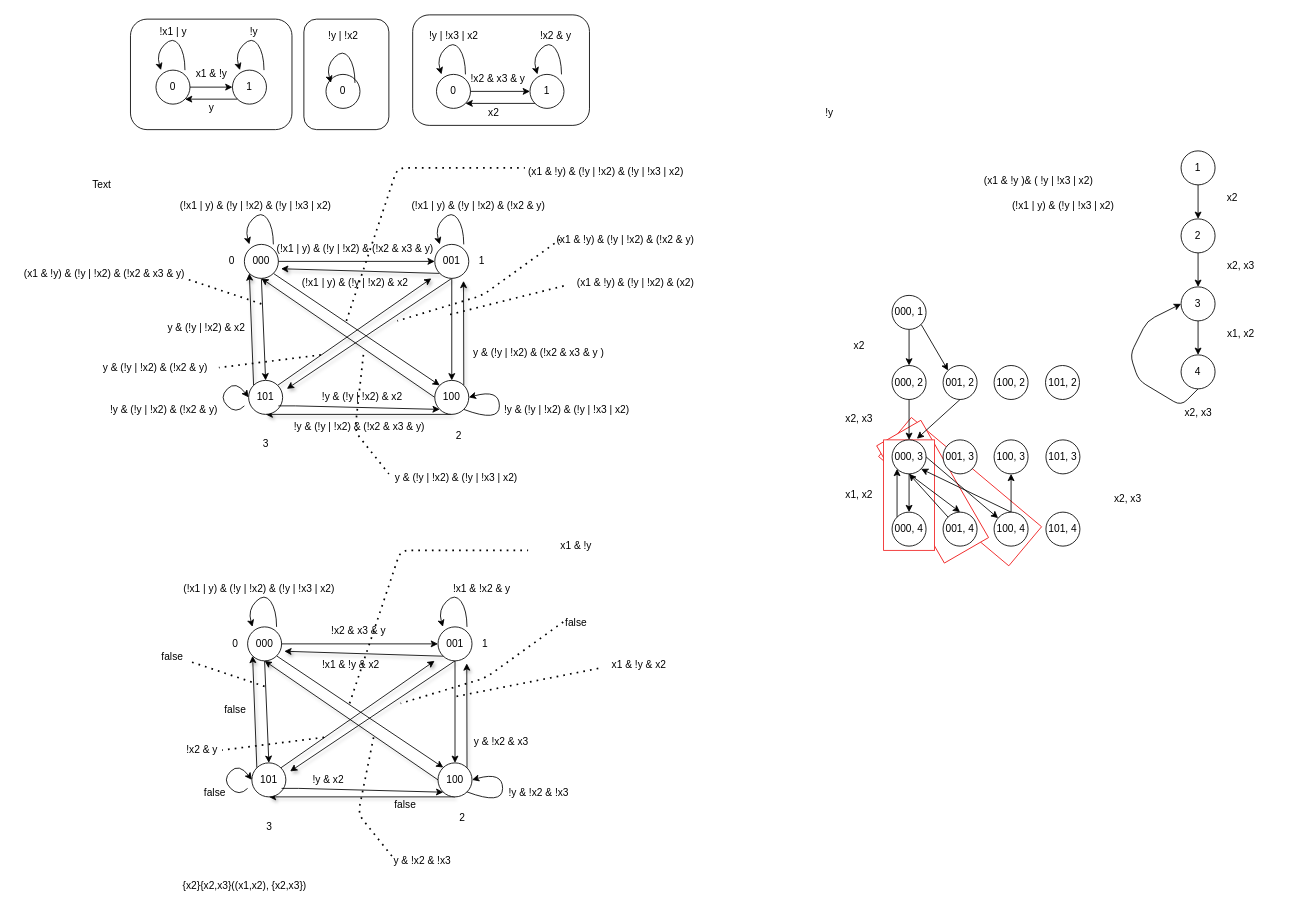
This is memo.dio from showayamada/Finding-Flaws-In-Specifications, a draw.io file, before an edit. Source tidied: cells renumbered, new cells numbered last; positions are measured from the earlier drawing's top-left corner, leaving out a move shared by most shapes. Both pictures are drawn from the tidied source at 85%, with x=0, y=0 at pixel (14, 14).
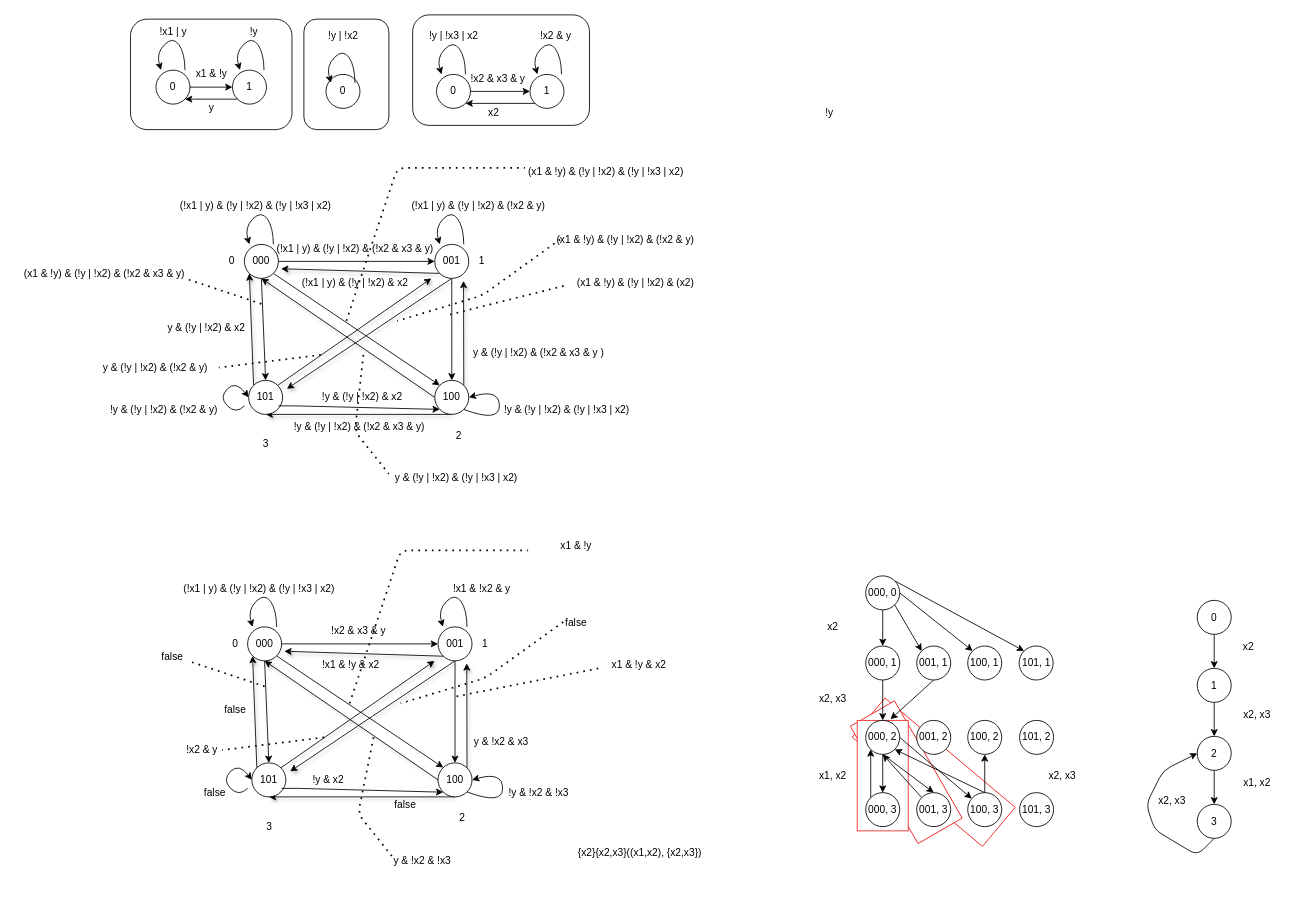
The same page after the edit.

Commit message (it also covers changes not shown here):
wip:DCGの条件なしver

Diff of the diagram source:
```diff
@@
     <mxCell id="2" style="rounded=0;whiteSpace=wrap;html=1;strokeColor=#F02222;rotation=-50;" parent="1" vertex="1">
-      <mxGeometry x="1082" y="460.9" width="60" height="200" as="geometry" />
+      <mxGeometry x="1051" y="791" width="60" height="200" as="geometry" />
     </mxCell>
     <mxCell id="3" style="rounded=0;whiteSpace=wrap;html=1;strokeColor=#F02222;rotation=-30;" parent="1" vertex="1">
-      <mxGeometry x="1049.7" y="481.3" width="60" height="159.3" as="geometry" />
+      <mxGeometry x="1018.7" y="811.3" width="60" height="159.3" as="geometry" />
     </mxCell>
     <mxCell id="4" style="rounded=0;whiteSpace=wrap;html=1;strokeColor=#F02222;" parent="1" vertex="1">
-      <mxGeometry x="1022" y="500" width="60" height="130" as="geometry" />
+      <mxGeometry x="991" y="830" width="60" height="130" as="geometry" />
     </mxCell>
@@
-    <mxCell id="54" value="000, 2" style="ellipse;whiteSpace=wrap;html=1;" parent="1" vertex="1">
-      <mxGeometry x="1032" y="412.5" width="40" height="40" as="geometry" />
+    <mxCell id="54" value="000, 1" style="ellipse;whiteSpace=wrap;html=1;" parent="1" vertex="1">
+      <mxGeometry x="1001" y="742.5" width="40" height="40" as="geometry" />
     </mxCell>
-    <mxCell id="55" value="(!x1 | y) &amp;amp; (!y | !x3 | x2)" style="text;html=1;align=center;verticalAlign=middle;strokeColor=none;fillColor=none;" parent="1" vertex="1">
-      <mxGeometry x="1163" y="210" width="140" height="30" as="geometry" />
-    </mxCell>
@@
     <mxCell id="57" value="x2" style="text;html=1;align=center;verticalAlign=middle;strokeColor=none;fillColor=none;" parent="1" vertex="1">
-      <mxGeometry x="973" y="375" width="40" height="30" as="geometry" />
+      <mxGeometry x="942" y="705" width="40" height="30" as="geometry" />
     </mxCell>
     <mxCell id="58" value="x2, x3" style="text;html=1;align=center;verticalAlign=middle;strokeColor=none;fillColor=none;" parent="1" vertex="1">
-      <mxGeometry x="963" y="460" width="60" height="30" as="geometry" />
+      <mxGeometry x="932" y="790" width="60" height="30" as="geometry" />
     </mxCell>
@@
+    <mxCell id="158" style="edgeStyle=none;html=1;exitX=0.5;exitY=1;exitDx=0;exitDy=0;entryX=0.5;entryY=0;entryDx=0;entryDy=0;" parent="1" edge="1" source="159" target="161">
+      <mxGeometry relative="1" as="geometry" />
+    </mxCell>
+    <mxCell id="159" value="0" style="ellipse;whiteSpace=wrap;html=1;" parent="1" vertex="1">
+      <mxGeometry x="1391" y="688.8" width="40" height="40" as="geometry" />
+    </mxCell>
@@
+    <mxCell id="160" style="edgeStyle=none;html=1;exitX=0.5;exitY=1;exitDx=0;exitDy=0;entryX=0.5;entryY=0;entryDx=0;entryDy=0;" parent="1" edge="1" source="161" target="163">
+      <mxGeometry relative="1" as="geometry" />
+    </mxCell>
+    <mxCell id="161" value="1" style="ellipse;whiteSpace=wrap;html=1;" parent="1" vertex="1">
+      <mxGeometry x="1391" y="768.8" width="40" height="40" as="geometry" />
+    </mxCell>
@@
+    <mxCell id="162" style="edgeStyle=none;html=1;exitX=0.5;exitY=1;exitDx=0;exitDy=0;entryX=0.5;entryY=0;entryDx=0;entryDy=0;" parent="1" edge="1" source="163" target="165">
+      <mxGeometry relative="1" as="geometry" />
+    </mxCell>
+    <mxCell id="163" value="2" style="ellipse;whiteSpace=wrap;html=1;" parent="1" vertex="1">
+      <mxGeometry x="1391" y="848.8" width="40" height="40" as="geometry" />
+    </mxCell>
@@
-    <mxCell id="63" value="(x1 &amp;amp; !y )&amp;amp; ( !y | !x3 | x2)" style="text;html=1;align=center;verticalAlign=middle;strokeColor=none;fillColor=none;" parent="1" vertex="1">
-      <mxGeometry x="1129" y="180" width="150" height="30" as="geometry" />
-    </mxCell>
+    <mxCell id="164" style="edgeStyle=none;html=1;exitX=0.5;exitY=1;exitDx=0;exitDy=0;entryX=0;entryY=0.5;entryDx=0;entryDy=0;" parent="1" edge="1" source="165" target="163">
+      <mxGeometry relative="1" as="geometry">
+        <Array as="points">
+          <mxPoint x="1391" y="988.8" />
+          <mxPoint x="1341" y="958.8" />
+          <mxPoint x="1331" y="928.8" />
+          <mxPoint x="1351" y="888.8" />
+        </Array>
+      </mxGeometry>
+    </mxCell>
+    <mxCell id="165" value="3" style="ellipse;whiteSpace=wrap;html=1;" parent="1" vertex="1">
+      <mxGeometry x="1391" y="928.8" width="40" height="40" as="geometry" />
+    </mxCell>
+    <mxCell id="166" value="x2" style="text;html=1;align=center;verticalAlign=middle;strokeColor=none;fillColor=none;" parent="1" vertex="1">
+      <mxGeometry x="1431" y="728.8" width="40" height="30" as="geometry" />
+    </mxCell>
@@
+    <mxCell id="167" value="x2, x3" style="text;html=1;align=center;verticalAlign=middle;strokeColor=none;fillColor=none;" parent="1" vertex="1">
+      <mxGeometry x="1431" y="808.8" width="60" height="30" as="geometry" />
+    </mxCell>
@@
+    <mxCell id="168" value="x1, x2" style="text;html=1;align=center;verticalAlign=middle;strokeColor=none;fillColor=none;" parent="1" vertex="1">
+      <mxGeometry x="1431" y="888.8" width="60" height="30" as="geometry" />
+    </mxCell>
@@
+    <mxCell id="169" value="x2, x3" style="text;html=1;align=center;verticalAlign=middle;strokeColor=none;fillColor=none;" parent="1" vertex="1">
+      <mxGeometry x="1331" y="910" width="60" height="30" as="geometry" />
+    </mxCell>
@@
     <mxCell id="132" value="{x2}{x2,x3}((x1,x2), {x2,x3})" style="text;html=1;align=center;verticalAlign=middle;strokeColor=none;fillColor=none;" parent="1" vertex="1">
-      <mxGeometry x="185" y="1010" width="170" height="30" as="geometry" />
+      <mxGeometry x="650" y="970.6" width="170" height="30" as="geometry" />
     </mxCell>
@@
+    <mxCell id="170" style="edgeStyle=none;html=1;exitX=1;exitY=0.5;exitDx=0;exitDy=0;entryX=0;entryY=0;entryDx=0;entryDy=0;" parent="1" edge="1" source="135" target="138">
+      <mxGeometry relative="1" as="geometry" />
+    </mxCell>
+    <mxCell id="171" style="edgeStyle=none;html=1;exitX=1;exitY=0;exitDx=0;exitDy=0;entryX=0;entryY=0;entryDx=0;entryDy=0;" parent="1" edge="1" source="135" target="139">
+      <mxGeometry relative="1" as="geometry" />
+    </mxCell>
-    <mxCell id="135" value="000, 1" style="ellipse;whiteSpace=wrap;html=1;" parent="1" vertex="1">
-      <mxGeometry x="1032" y="330" width="40" height="40" as="geometry" />
+    <mxCell id="135" value="000, 0" style="ellipse;whiteSpace=wrap;html=1;" parent="1" vertex="1">
+      <mxGeometry x="1001" y="660" width="40" height="40" as="geometry" />
     </mxCell>
@@
-    <mxCell id="137" value="001, 2" style="ellipse;whiteSpace=wrap;html=1;" parent="1" vertex="1">
-      <mxGeometry x="1092" y="412.5" width="40" height="40" as="geometry" />
+    <mxCell id="137" value="001, 1" style="ellipse;whiteSpace=wrap;html=1;" parent="1" vertex="1">
+      <mxGeometry x="1061" y="742.5" width="40" height="40" as="geometry" />
     </mxCell>
-    <mxCell id="138" value="100, 2" style="ellipse;whiteSpace=wrap;html=1;" parent="1" vertex="1">
-      <mxGeometry x="1152" y="412.5" width="40" height="40" as="geometry" />
+    <mxCell id="138" value="100, 1" style="ellipse;whiteSpace=wrap;html=1;" parent="1" vertex="1">
+      <mxGeometry x="1121" y="742.5" width="40" height="40" as="geometry" />
     </mxCell>
-    <mxCell id="139" value="101, 2" style="ellipse;whiteSpace=wrap;html=1;" parent="1" vertex="1">
-      <mxGeometry x="1212.5" y="412.5" width="40" height="40" as="geometry" />
+    <mxCell id="139" value="101, 1" style="ellipse;whiteSpace=wrap;html=1;" parent="1" vertex="1">
+      <mxGeometry x="1181.5" y="742.5" width="40" height="40" as="geometry" />
     </mxCell>
@@
-    <mxCell id="143" value="000, 3" style="ellipse;whiteSpace=wrap;html=1;" parent="1" vertex="1">
-      <mxGeometry x="1032" y="500" width="40" height="40" as="geometry" />
+    <mxCell id="143" value="000, 2" style="ellipse;whiteSpace=wrap;html=1;" parent="1" vertex="1">
+      <mxGeometry x="1001" y="830" width="40" height="40" as="geometry" />
     </mxCell>
-    <mxCell id="144" value="001, 3" style="ellipse;whiteSpace=wrap;html=1;" parent="1" vertex="1">
-      <mxGeometry x="1092" y="500" width="40" height="40" as="geometry" />
+    <mxCell id="144" value="001, 2" style="ellipse;whiteSpace=wrap;html=1;" parent="1" vertex="1">
+      <mxGeometry x="1061" y="830" width="40" height="40" as="geometry" />
     </mxCell>
-    <mxCell id="145" value="100, 3" style="ellipse;whiteSpace=wrap;html=1;" parent="1" vertex="1">
-      <mxGeometry x="1152" y="500" width="40" height="40" as="geometry" />
+    <mxCell id="145" value="100, 2" style="ellipse;whiteSpace=wrap;html=1;" parent="1" vertex="1">
+      <mxGeometry x="1121" y="830" width="40" height="40" as="geometry" />
     </mxCell>
-    <mxCell id="146" value="101, 3" style="ellipse;whiteSpace=wrap;html=1;" parent="1" vertex="1">
-      <mxGeometry x="1213" y="500" width="40" height="40" as="geometry" />
+    <mxCell id="146" value="101, 2" style="ellipse;whiteSpace=wrap;html=1;" parent="1" vertex="1">
+      <mxGeometry x="1182" y="830" width="40" height="40" as="geometry" />
     </mxCell>
     <mxCell id="147" value="x1, x2" style="text;html=1;align=center;verticalAlign=middle;strokeColor=none;fillColor=none;" parent="1" vertex="1">
-      <mxGeometry x="963" y="550" width="60" height="30" as="geometry" />
+      <mxGeometry x="932" y="880" width="60" height="30" as="geometry" />
     </mxCell>
@@
-    <mxCell id="149" value="000, 4" style="ellipse;whiteSpace=wrap;html=1;" parent="1" vertex="1">
-      <mxGeometry x="1032" y="585" width="40" height="40" as="geometry" />
+    <mxCell id="149" value="000, 3" style="ellipse;whiteSpace=wrap;html=1;" parent="1" vertex="1">
+      <mxGeometry x="1001" y="915" width="40" height="40" as="geometry" />
     </mxCell>
     <mxCell id="150" style="edgeStyle=none;html=1;exitX=0;exitY=0;exitDx=0;exitDy=0;" parent="1" edge="1" source="151">
       <mxGeometry relative="1" as="geometry">
-        <mxPoint x="1052" y="540" as="targetPoint" />
+        <mxPoint x="1021" y="870" as="targetPoint" />
       </mxGeometry>
     </mxCell>
-    <mxCell id="151" value="001, 4" style="ellipse;whiteSpace=wrap;html=1;" parent="1" vertex="1">
-      <mxGeometry x="1092" y="585" width="40" height="40" as="geometry" />
+    <mxCell id="151" value="001, 3" style="ellipse;whiteSpace=wrap;html=1;" parent="1" vertex="1">
+      <mxGeometry x="1061" y="915" width="40" height="40" as="geometry" />
     </mxCell>
@@
-    <mxCell id="154" value="100, 4" style="ellipse;whiteSpace=wrap;html=1;" parent="1" vertex="1">
-      <mxGeometry x="1152" y="585" width="40" height="40" as="geometry" />
+    <mxCell id="154" value="100, 3" style="ellipse;whiteSpace=wrap;html=1;" parent="1" vertex="1">
+      <mxGeometry x="1121" y="915" width="40" height="40" as="geometry" />
     </mxCell>
-    <mxCell id="155" value="101, 4" style="ellipse;whiteSpace=wrap;html=1;" parent="1" vertex="1">
-      <mxGeometry x="1213" y="585" width="40" height="40" as="geometry" />
+    <mxCell id="155" value="101, 3" style="ellipse;whiteSpace=wrap;html=1;" parent="1" vertex="1">
+      <mxGeometry x="1182" y="915" width="40" height="40" as="geometry" />
     </mxCell>
     <mxCell id="156" value="x2, x3" style="text;html=1;align=center;verticalAlign=middle;strokeColor=none;fillColor=none;" parent="1" vertex="1">
-      <mxGeometry x="1279" y="555" width="60" height="30" as="geometry" />
+      <mxGeometry x="1202" y="880" width="60" height="30" as="geometry" />
     </mxCell>
-    <mxCell id="157" value="Text" style="text;html=1;align=center;verticalAlign=middle;strokeColor=none;fillColor=none;" parent="1" vertex="1">
-      <mxGeometry x="77" y="185" width="50" height="30" as="geometry" />
-    </mxCell>
-    <mxCell id="158" style="edgeStyle=none;html=1;exitX=0.5;exitY=1;exitDx=0;exitDy=0;entryX=0.5;entryY=0;entryDx=0;entryDy=0;" parent="1" edge="1" source="159" target="161">
-      <mxGeometry relative="1" as="geometry" />
-    </mxCell>
-    <mxCell id="159" value="1" style="ellipse;whiteSpace=wrap;html=1;" parent="1" vertex="1">
-      <mxGeometry x="1372" y="160" width="40" height="40" as="geometry" />
-    </mxCell>
-    <mxCell id="160" style="edgeStyle=none;html=1;exitX=0.5;exitY=1;exitDx=0;exitDy=0;entryX=0.5;entryY=0;entryDx=0;entryDy=0;" parent="1" edge="1" source="161" target="163">
-      <mxGeometry relative="1" as="geometry" />
-    </mxCell>
-    <mxCell id="161" value="2" style="ellipse;whiteSpace=wrap;html=1;" parent="1" vertex="1">
-      <mxGeometry x="1372" y="240" width="40" height="40" as="geometry" />
-    </mxCell>
-    <mxCell id="162" style="edgeStyle=none;html=1;exitX=0.5;exitY=1;exitDx=0;exitDy=0;entryX=0.5;entryY=0;entryDx=0;entryDy=0;" parent="1" edge="1" source="163" target="165">
-      <mxGeometry relative="1" as="geometry" />
-    </mxCell>
-    <mxCell id="163" value="3" style="ellipse;whiteSpace=wrap;html=1;" parent="1" vertex="1">
-      <mxGeometry x="1372" y="320" width="40" height="40" as="geometry" />
-    </mxCell>
-    <mxCell id="164" style="edgeStyle=none;html=1;exitX=0.5;exitY=1;exitDx=0;exitDy=0;entryX=0;entryY=0.5;entryDx=0;entryDy=0;" parent="1" edge="1" source="165" target="163">
-      <mxGeometry relative="1" as="geometry">
-        <Array as="points">
-          <mxPoint x="1372" y="460" />
-          <mxPoint x="1322" y="430" />
-          <mxPoint x="1312" y="400" />
-          <mxPoint x="1332" y="360" />
-        </Array>
-      </mxGeometry>
-    </mxCell>
-    <mxCell id="165" value="4" style="ellipse;whiteSpace=wrap;html=1;" parent="1" vertex="1">
-      <mxGeometry x="1372" y="400" width="40" height="40" as="geometry" />
-    </mxCell>
-    <mxCell id="166" value="x2" style="text;html=1;align=center;verticalAlign=middle;strokeColor=none;fillColor=none;" parent="1" vertex="1">
-      <mxGeometry x="1412" y="200" width="40" height="30" as="geometry" />
-    </mxCell>
-    <mxCell id="167" value="x2, x3" style="text;html=1;align=center;verticalAlign=middle;strokeColor=none;fillColor=none;" parent="1" vertex="1">
-      <mxGeometry x="1412" y="280" width="60" height="30" as="geometry" />
-    </mxCell>
-    <mxCell id="168" value="x1, x2" style="text;html=1;align=center;verticalAlign=middle;strokeColor=none;fillColor=none;" parent="1" vertex="1">
-      <mxGeometry x="1412" y="360" width="60" height="30" as="geometry" />
-    </mxCell>
-    <mxCell id="169" value="x2, x3" style="text;html=1;align=center;verticalAlign=middle;strokeColor=none;fillColor=none;" parent="1" vertex="1">
-      <mxGeometry x="1362" y="452.5" width="60" height="30" as="geometry" />
-    </mxCell>
```
